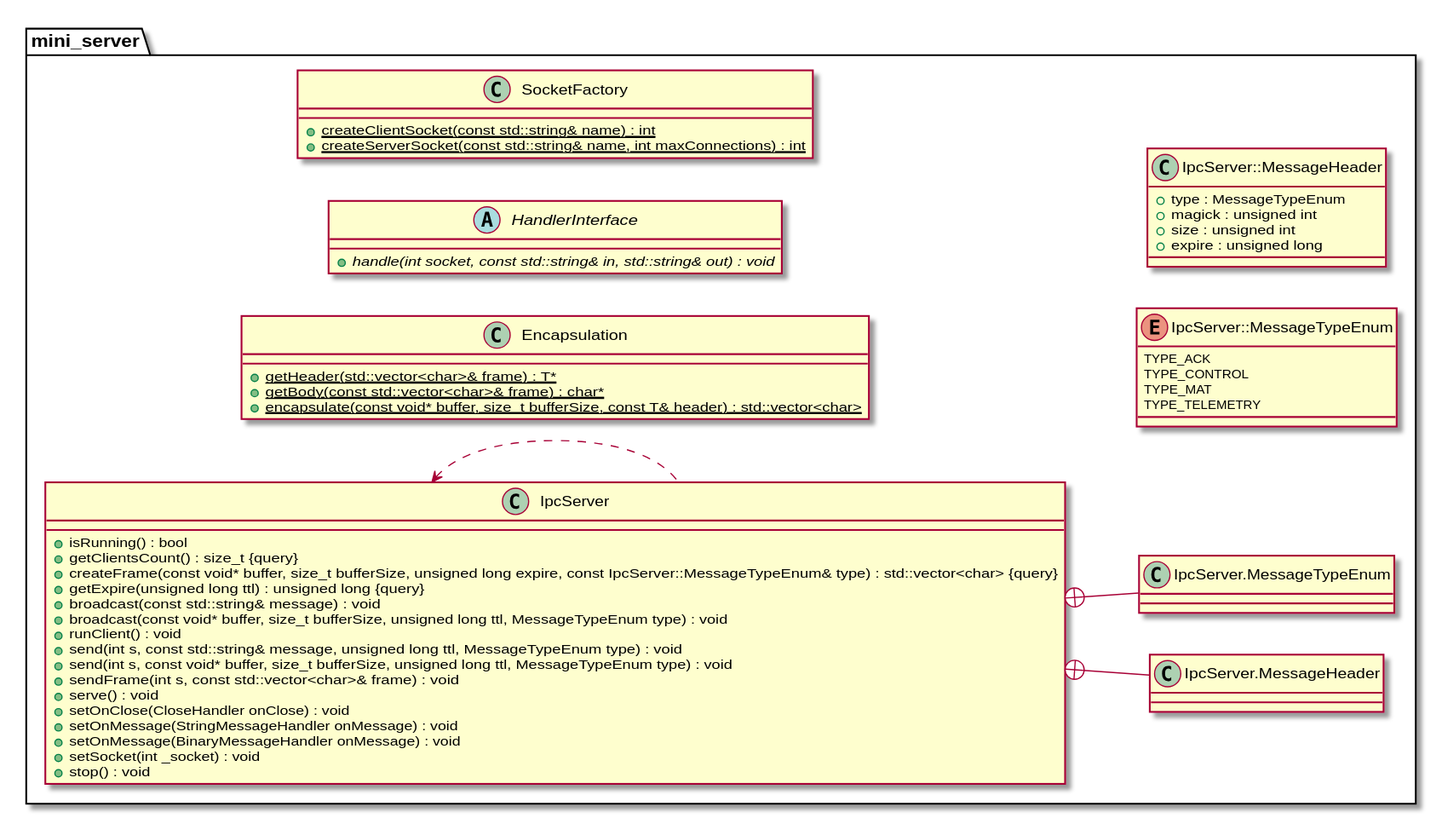
Above: classes_mini_server.svg in dimarick/embedded_cv (PlantUML), before the change.
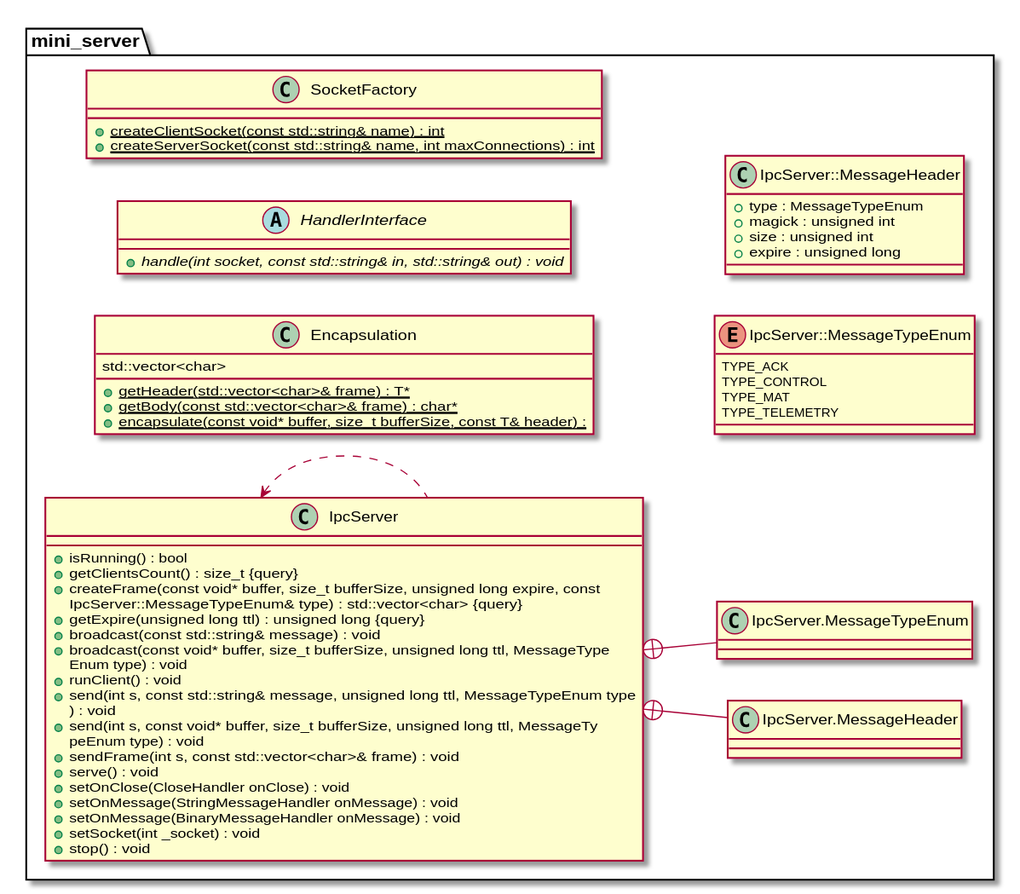
After the change.

Commit message:
Подправил диаграмму

Change to the diagram source:
```diff
@@ -1,32 +1,29 @@
 @startuml
 left to right direction
-
-
-
-
-
-
 namespace mini_server {
 	class Encapsulation {
 		+{static} getHeader(std::vector<char>& frame) : T*
 		+{static} getBody(const std::vector<char>& frame) : char*
-		+{static} encapsulate(const void* buffer, size_t bufferSize, const T& header) : std::vector<char>
+		+{static} encapsulate(const void* buffer, size_t bufferSize, const T& header) :
+std::vector<char>
 	}
-
 	abstract class HandlerInterface {
 		+{abstract} handle(int socket, const std::string& in, std::string& out) : void
 	}
-
 	class IpcServer {
 		+isRunning() : bool
 		+getClientsCount() : size_t {query}
-		+createFrame(const void* buffer, size_t bufferSize, unsigned long expire, const IpcServer::MessageTypeEnum& type) : std::vector<char> {query}
+		+createFrame(const void* buffer, size_t bufferSize, unsigned long expire, const
+IpcServer::MessageTypeEnum& type) : std::vector<char> {query}
 		+getExpire(unsigned long ttl) : unsigned long {query}
 		+broadcast(const std::string& message) : void
-		+broadcast(const void* buffer, size_t bufferSize, unsigned long ttl, MessageTypeEnum type) : void
+		+broadcast(const void* buffer, size_t bufferSize, unsigned long ttl, MessageType
+Enum type) : void
 		+runClient() : void
-		+send(int s, const std::string& message, unsigned long ttl, MessageTypeEnum type) : void
-		+send(int s, const void* buffer, size_t bufferSize, unsigned long ttl, MessageTypeEnum type) : void
+		+send(int s, const std::string& message, unsigned long ttl, MessageTypeEnum type
+) : void
+		+send(int s, const void* buffer, size_t bufferSize, unsigned long ttl, MessageTy
+peEnum type) : void
 		+sendFrame(int s, const std::vector<char>& frame) : void
 		+serve() : void
 		+setOnClose(CloseHandler onClose) : void
@@ -35,19 +32,16 @@
 		+setSocket(int _socket) : void
 		+stop() : void
 	}
-
 	class SocketFactory {
 		+{static} createClientSocket(const std::string& name) : int
 		+{static} createServerSocket(const std::string& name, int maxConnections) : int
 	}
-
 	enum IpcServer::MessageTypeEnum {
 		TYPE_ACK
 		TYPE_CONTROL
 		TYPE_MAT
 		TYPE_TELEMETRY
 	}
-
 	class IpcServer::MessageHeader {
 		+type : MessageTypeEnum
 		+magick : unsigned int
@@ -55,35 +49,7 @@
 		+expire : unsigned long
 	}
 }
-
-
-
-
-
-
-
-
-
-
-
-
-
-
-
 mini_server.IpcServer <.. mini_server.IpcServer
-
-
-
-
-
-
-
 mini_server.IpcServer +-- mini_server.IpcServer.MessageHeader
-
-
 mini_server.IpcServer +-- mini_server.IpcServer.MessageTypeEnum
-
-
-
-
 @enduml
```
